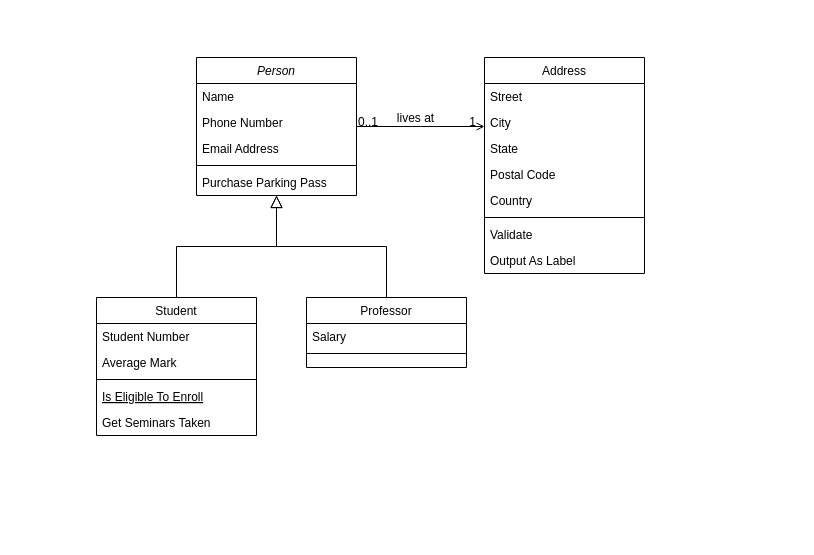
Earlier version of the draw.io diagram class diagram.drawio (baechuTree/softwareEngineering). Source tidied: cells renumbered, new cells numbered last; positions are measured from the earlier drawing's top-left corner, leaving out a move shared by most shapes. Both pictures are drawn from the tidied source at 100%, with x=0, y=0 at pixel (96, 57).
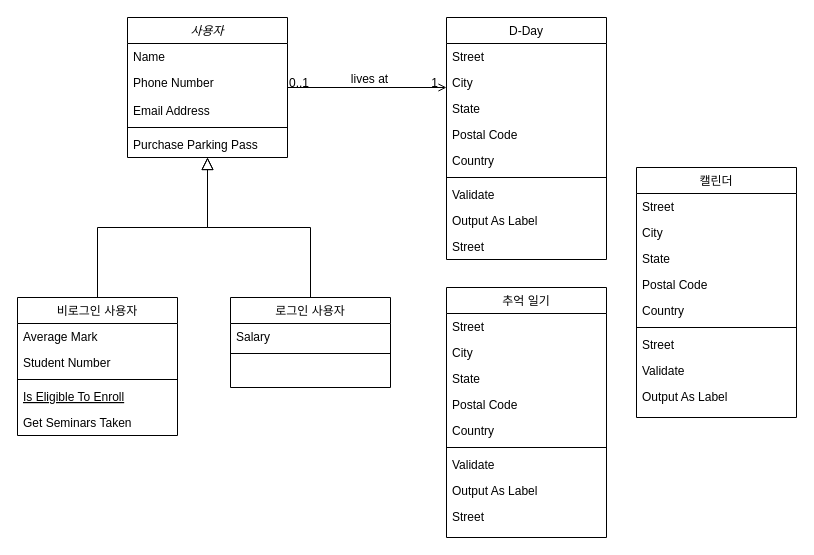
The same diagram, later.

The change refers to these unchanged cells:
```xml
<mxCell id="27" value="Output As Label" style="text;align=left;verticalAlign=top;spacingLeft=4;spacingRight=4;overflow=hidden;points=[[0,0.5],[1,0.5]];portConstraint=eastwest;" parent="19" vertex="1">
  <mxGeometry y="190" width="160" height="26" as="geometry" />
</mxCell>
```

Change to the diagram source:
```diff
@@
-    <mxCell id="2" value="Person" style="swimlane;fontStyle=2;align=center;verticalAlign=top;horizontal=1;startSize=26;rounded=0;shadow=0;strokeWidth=1;" parent="1" vertex="1">
-      <mxGeometry x="100" width="160" height="138" as="geometry" />
+    <mxCell id="2" value="사용자" style="swimlane;fontStyle=2;align=center;verticalAlign=top;horizontal=1;startSize=26;rounded=0;shadow=0;strokeWidth=1;" parent="1" vertex="1">
+      <mxGeometry x="31" y="-40" width="160" height="140" as="geometry" />
     </mxCell>
@@
     <mxCell id="4" value="Phone Number" style="text;align=left;verticalAlign=top;spacingLeft=4;spacingRight=4;overflow=hidden;rounded=0;shadow=0;html=0;" parent="2" vertex="1">
-      <mxGeometry y="52" width="160" height="26" as="geometry" />
+      <mxGeometry y="52" width="160" height="28" as="geometry" />
     </mxCell>
     <mxCell id="5" value="Email Address" style="text;align=left;verticalAlign=top;spacingLeft=4;spacingRight=4;overflow=hidden;rounded=0;shadow=0;html=0;" parent="2" vertex="1">
-      <mxGeometry y="78" width="160" height="26" as="geometry" />
+      <mxGeometry y="80" width="160" height="26" as="geometry" />
     </mxCell>
     <mxCell id="6" style="line;html=1;strokeWidth=1;align=left;verticalAlign=middle;spacingTop=-1;spacingLeft=3;spacingRight=3;labelPosition=right;" parent="2" vertex="1">
-      <mxGeometry y="104" width="160" height="8" as="geometry" />
+      <mxGeometry y="106" width="160" height="8" as="geometry" />
     </mxCell>
     <mxCell id="7" value="Purchase Parking Pass" style="text;align=left;verticalAlign=top;spacingLeft=4;spacingRight=4;overflow=hidden;" parent="2" vertex="1">
-      <mxGeometry y="112" width="160" height="26" as="geometry" />
+      <mxGeometry y="114" width="160" height="26" as="geometry" />
     </mxCell>
-    <mxCell id="8" value="Student" style="swimlane;fontStyle=0;align=center;verticalAlign=top;horizontal=1;startSize=26;rounded=0;shadow=0;strokeWidth=1;" parent="1" vertex="1">
-      <mxGeometry y="240" width="160" height="138" as="geometry" />
+    <mxCell id="8" value="비로그인 사용자" style="swimlane;fontStyle=0;align=center;verticalAlign=top;horizontal=1;startSize=26;rounded=0;shadow=0;strokeWidth=1;" parent="1" vertex="1">
+      <mxGeometry x="-79" y="240" width="160" height="138" as="geometry" />
     </mxCell>
+    <mxCell id="10" value="Average Mark" style="text;align=left;verticalAlign=top;spacingLeft=4;spacingRight=4;overflow=hidden;rounded=0;shadow=0;html=0;" parent="8" vertex="1">
+      <mxGeometry y="26" width="160" height="26" as="geometry" />
+    </mxCell>
     <mxCell id="9" value="Student Number" style="text;align=left;verticalAlign=top;spacingLeft=4;spacingRight=4;overflow=hidden;" parent="8" vertex="1">
-      <mxGeometry y="26" width="160" height="26" as="geometry" />
+      <mxGeometry y="52" width="160" height="26" as="geometry" />
     </mxCell>
-    <mxCell id="10" value="Average Mark" style="text;align=left;verticalAlign=top;spacingLeft=4;spacingRight=4;overflow=hidden;rounded=0;shadow=0;html=0;" parent="8" vertex="1">
-      <mxGeometry y="52" width="160" height="26" as="geometry" />
-    </mxCell>
@@
-    <mxCell id="15" value="Professor" style="swimlane;fontStyle=0;align=center;verticalAlign=top;horizontal=1;startSize=26;rounded=0;shadow=0;strokeWidth=1;" parent="1" vertex="1">
-      <mxGeometry x="210" y="240" width="160" height="70" as="geometry" />
+    <mxCell id="15" value="로그인 사용자" style="swimlane;fontStyle=0;align=center;verticalAlign=top;horizontal=1;startSize=26;rounded=0;shadow=0;strokeWidth=1;" parent="1" vertex="1">
+      <mxGeometry x="134" y="240" width="160" height="90" as="geometry" />
     </mxCell>
@@
-    <mxCell id="19" value="Address" style="swimlane;fontStyle=0;align=center;verticalAlign=top;horizontal=1;startSize=26;rounded=0;shadow=0;strokeWidth=1;" parent="1" vertex="1">
-      <mxGeometry x="388" width="160" height="216" as="geometry" />
+    <mxCell id="19" value="D-Day" style="swimlane;fontStyle=0;align=center;verticalAlign=top;horizontal=1;startSize=26;rounded=0;shadow=0;strokeWidth=1;" parent="1" vertex="1">
+      <mxGeometry x="350" y="-40" width="160" height="242" as="geometry" />
     </mxCell>
@@
+    <mxCell id="32" value="Street" style="text;align=left;verticalAlign=top;spacingLeft=4;spacingRight=4;overflow=hidden;" parent="19" vertex="1">
+      <mxGeometry y="216" width="160" height="26" as="geometry" />
+    </mxCell>
+    <mxCell id="33" style="edgeStyle=none;curved=1;rounded=0;orthogonalLoop=1;jettySize=auto;html=1;exitX=0;exitY=0.5;exitDx=0;exitDy=0;fontSize=12;startSize=8;endSize=8;" parent="19" edge="1" source="27" target="27">
+      <mxGeometry relative="1" as="geometry" />
+    </mxCell>
@@
+    <mxCell id="34" value="추억 일기" style="swimlane;fontStyle=0;align=center;verticalAlign=top;horizontal=1;startSize=26;rounded=0;shadow=0;strokeWidth=1;" parent="1" vertex="1">
+      <mxGeometry x="350" y="230" width="160" height="250" as="geometry" />
+    </mxCell>
+    <mxCell id="35" value="Street" style="text;align=left;verticalAlign=top;spacingLeft=4;spacingRight=4;overflow=hidden;" parent="34" vertex="1">
+      <mxGeometry y="26" width="160" height="26" as="geometry" />
+    </mxCell>
+    <mxCell id="36" value="City" style="text;align=left;verticalAlign=top;spacingLeft=4;spacingRight=4;overflow=hidden;rounded=0;shadow=0;html=0;" parent="34" vertex="1">
+      <mxGeometry y="52" width="160" height="26" as="geometry" />
+    </mxCell>
+    <mxCell id="37" value="State" style="text;align=left;verticalAlign=top;spacingLeft=4;spacingRight=4;overflow=hidden;rounded=0;shadow=0;html=0;" parent="34" vertex="1">
+      <mxGeometry y="78" width="160" height="26" as="geometry" />
+    </mxCell>
+    <mxCell id="38" value="Postal Code" style="text;align=left;verticalAlign=top;spacingLeft=4;spacingRight=4;overflow=hidden;rounded=0;shadow=0;html=0;" parent="34" vertex="1">
+      <mxGeometry y="104" width="160" height="26" as="geometry" />
+    </mxCell>
+    <mxCell id="39" value="Country" style="text;align=left;verticalAlign=top;spacingLeft=4;spacingRight=4;overflow=hidden;rounded=0;shadow=0;html=0;" parent="34" vertex="1">
+      <mxGeometry y="130" width="160" height="26" as="geometry" />
+    </mxCell>
+    <mxCell id="40" style="line;html=1;strokeWidth=1;align=left;verticalAlign=middle;spacingTop=-1;spacingLeft=3;spacingRight=3;labelPosition=right;" parent="34" vertex="1">
+      <mxGeometry y="156" width="160" height="8" as="geometry" />
+    </mxCell>
+    <mxCell id="41" value="Validate" style="text;align=left;verticalAlign=top;spacingLeft=4;spacingRight=4;overflow=hidden;" parent="34" vertex="1">
+      <mxGeometry y="164" width="160" height="26" as="geometry" />
+    </mxCell>
+    <mxCell id="42" value="Output As Label" style="text;align=left;verticalAlign=top;spacingLeft=4;spacingRight=4;overflow=hidden;points=[[0,0.5],[1,0.5]];portConstraint=eastwest;" parent="34" vertex="1">
+      <mxGeometry y="190" width="160" height="26" as="geometry" />
+    </mxCell>
+    <mxCell id="43" value="Street" style="text;align=left;verticalAlign=top;spacingLeft=4;spacingRight=4;overflow=hidden;" parent="34" vertex="1">
+      <mxGeometry y="216" width="160" height="26" as="geometry" />
+    </mxCell>
+    <mxCell id="44" style="edgeStyle=none;curved=1;rounded=0;orthogonalLoop=1;jettySize=auto;html=1;exitX=0;exitY=0.5;exitDx=0;exitDy=0;fontSize=12;startSize=8;endSize=8;" parent="34" edge="1" source="42" target="42">
+      <mxGeometry relative="1" as="geometry" />
+    </mxCell>
+    <mxCell id="45" value="캘린더" style="swimlane;fontStyle=0;align=center;verticalAlign=top;horizontal=1;startSize=26;rounded=0;shadow=0;strokeWidth=1;" parent="1" vertex="1">
+      <mxGeometry x="540" y="110" width="160" height="250" as="geometry" />
+    </mxCell>
+    <mxCell id="46" value="Street" style="text;align=left;verticalAlign=top;spacingLeft=4;spacingRight=4;overflow=hidden;" parent="45" vertex="1">
+      <mxGeometry y="26" width="160" height="26" as="geometry" />
+    </mxCell>
+    <mxCell id="47" value="City" style="text;align=left;verticalAlign=top;spacingLeft=4;spacingRight=4;overflow=hidden;rounded=0;shadow=0;html=0;" parent="45" vertex="1">
+      <mxGeometry y="52" width="160" height="26" as="geometry" />
+    </mxCell>
+    <mxCell id="48" value="State" style="text;align=left;verticalAlign=top;spacingLeft=4;spacingRight=4;overflow=hidden;rounded=0;shadow=0;html=0;" parent="45" vertex="1">
+      <mxGeometry y="78" width="160" height="26" as="geometry" />
+    </mxCell>
+    <mxCell id="49" value="Postal Code" style="text;align=left;verticalAlign=top;spacingLeft=4;spacingRight=4;overflow=hidden;rounded=0;shadow=0;html=0;" parent="45" vertex="1">
+      <mxGeometry y="104" width="160" height="26" as="geometry" />
+    </mxCell>
+    <mxCell id="50" value="Country" style="text;align=left;verticalAlign=top;spacingLeft=4;spacingRight=4;overflow=hidden;rounded=0;shadow=0;html=0;" parent="45" vertex="1">
+      <mxGeometry y="130" width="160" height="26" as="geometry" />
+    </mxCell>
+    <mxCell id="51" style="line;html=1;strokeWidth=1;align=left;verticalAlign=middle;spacingTop=-1;spacingLeft=3;spacingRight=3;labelPosition=right;" parent="45" vertex="1">
+      <mxGeometry y="156" width="160" height="8" as="geometry" />
+    </mxCell>
+    <mxCell id="52" value="Street" style="text;align=left;verticalAlign=top;spacingLeft=4;spacingRight=4;overflow=hidden;" parent="45" vertex="1">
+      <mxGeometry y="164" width="160" height="26" as="geometry" />
+    </mxCell>
+    <mxCell id="53" value="Validate" style="text;align=left;verticalAlign=top;spacingLeft=4;spacingRight=4;overflow=hidden;" parent="45" vertex="1">
+      <mxGeometry y="190" width="160" height="26" as="geometry" />
+    </mxCell>
+    <mxCell id="54" value="Output As Label" style="text;align=left;verticalAlign=top;spacingLeft=4;spacingRight=4;overflow=hidden;points=[[0,0.5],[1,0.5]];portConstraint=eastwest;" parent="45" vertex="1">
+      <mxGeometry y="216" width="160" height="26" as="geometry" />
+    </mxCell>
+    <mxCell id="55" style="edgeStyle=none;curved=1;rounded=0;orthogonalLoop=1;jettySize=auto;html=1;exitX=0;exitY=0.5;exitDx=0;exitDy=0;fontSize=12;startSize=8;endSize=8;" parent="45" edge="1" source="54" target="54">
+      <mxGeometry relative="1" as="geometry" />
+    </mxCell>
```
